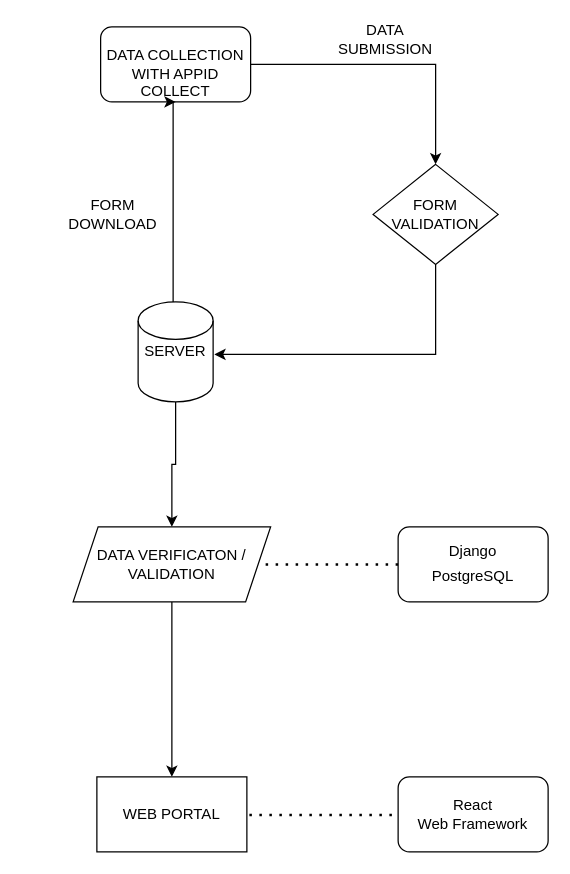
Before: assets/Untitled Diagram.drawio in petersoleeh/alarm-clock, a draw.io diagram. Source tidied: cells renumbered, new cells numbered last; positions are measured from the earlier drawing's top-left corner, leaving out a move shared by most shapes. Both pictures are drawn from the tidied source at 125%, with x=0, y=0 at pixel (72, 26).
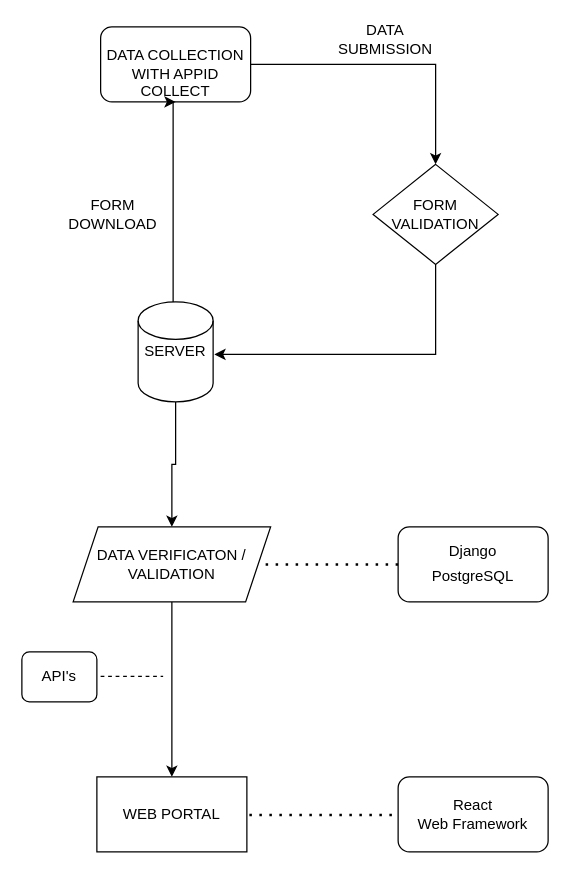
Above is the later version.

Diff of the diagram source:
```diff
@@
+    <mxCell id="20" value="API's" style="rounded=1;whiteSpace=wrap;html=1;" parent="1" vertex="1">
+      <mxGeometry x="-41" y="500" width="60" height="40" as="geometry" />
+    </mxCell>
+    <mxCell id="21" style="endArrow=none;dashed=1;html=1;" parent="1" edge="1">
+      <mxGeometry relative="1" as="geometry">
+        <mxPoint x="22" y="519.5" as="sourcePoint" />
+        <mxPoint x="72" y="519.5" as="targetPoint" />
+      </mxGeometry>
+    </mxCell>
```
